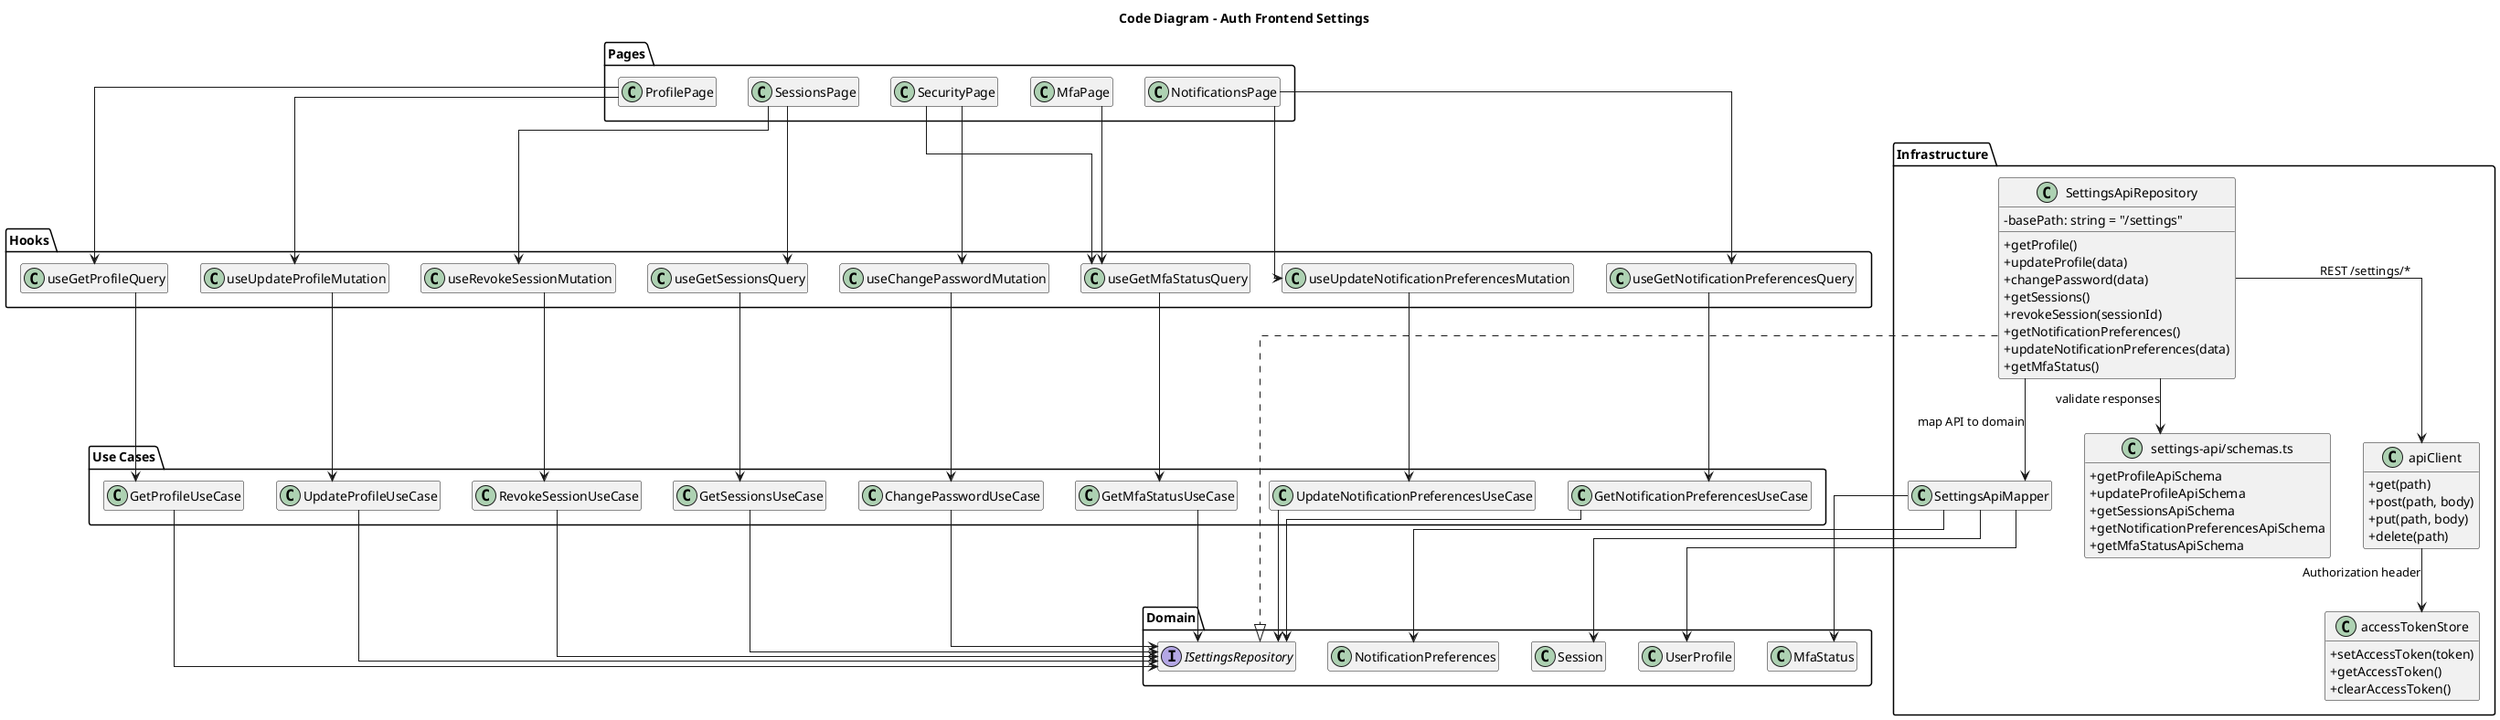
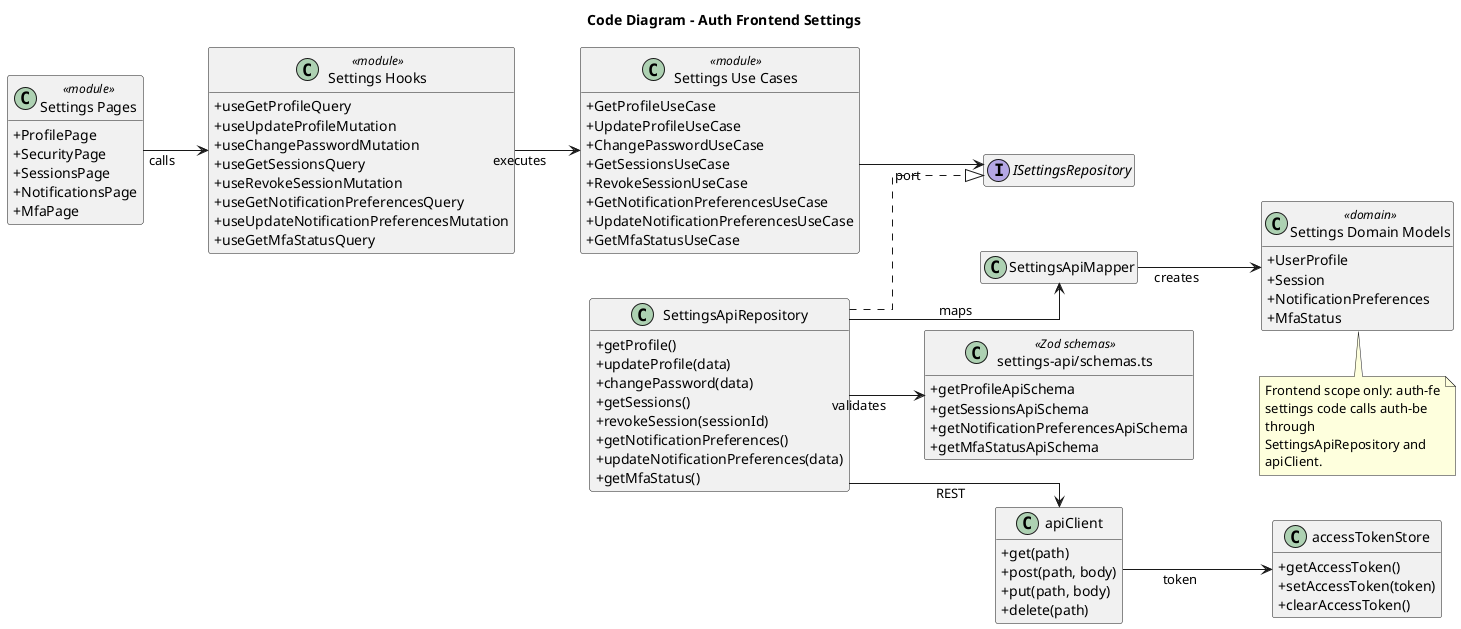
@startuml
title Code Diagram - Auth Frontend Settings
- top to bottom direction
+ left to right direction
skinparam classAttributeIconSize 0
skinparam linetype ortho
+ skinparam nodesep 45
+ skinparam ranksep 65
+ skinparam wrapWidth 190
hide empty members

- package "Pages" {
-   class ProfilePage
-   class SecurityPage
-   class SessionsPage
-   class NotificationsPage
-   class MfaPage
+ class "Settings Pages" as SettingsPages <<module>> {
+   +ProfilePage
+   +SecurityPage
+   +SessionsPage
+   +NotificationsPage
+   +MfaPage
}

- package "Hooks" {
-   class useGetProfileQuery
-   class useUpdateProfileMutation
-   class useChangePasswordMutation
-   class useGetSessionsQuery
-   class useRevokeSessionMutation
-   class useGetNotificationPreferencesQuery
-   class useUpdateNotificationPreferencesMutation
-   class useGetMfaStatusQuery
+ class "Settings Hooks" as SettingsHooks <<module>> {
+   +useGetProfileQuery
+   +useUpdateProfileMutation
+   +useChangePasswordMutation
+   +useGetSessionsQuery
+   +useRevokeSessionMutation
+   +useGetNotificationPreferencesQuery
+   +useUpdateNotificationPreferencesMutation
+   +useGetMfaStatusQuery
}

- package "Use Cases" {
-   class GetProfileUseCase
-   class UpdateProfileUseCase
-   class ChangePasswordUseCase
-   class GetSessionsUseCase
-   class RevokeSessionUseCase
-   class GetNotificationPreferencesUseCase
-   class UpdateNotificationPreferencesUseCase
-   class GetMfaStatusUseCase
+ class "Settings Use Cases" as SettingsUseCases <<module>> {
+   +GetProfileUseCase
+   +UpdateProfileUseCase
+   +ChangePasswordUseCase
+   +GetSessionsUseCase
+   +RevokeSessionUseCase
+   +GetNotificationPreferencesUseCase
+   +UpdateNotificationPreferencesUseCase
+   +GetMfaStatusUseCase
}

- package "Domain" {
-   interface ISettingsRepository
-   class UserProfile
-   class Session
-   class NotificationPreferences
-   class MfaStatus
+ interface ISettingsRepository
+ 
+ class SettingsApiRepository {
+   +getProfile()
+   +updateProfile(data)
+   +changePassword(data)
+   +getSessions()
+   +revokeSession(sessionId)
+   +getNotificationPreferences()
+   +updateNotificationPreferences(data)
+   +getMfaStatus()
}

- package "Infrastructure" {
-   class SettingsApiRepository {
-     -basePath: string = "/settings"
-     +getProfile()
-     +updateProfile(data)
-     +changePassword(data)
-     +getSessions()
-     +revokeSession(sessionId)
-     +getNotificationPreferences()
-     +updateNotificationPreferences(data)
-     +getMfaStatus()
-   }
-   class SettingsApiMapper
-   class "settings-api/schemas.ts" as ZodSchemas {
-     +getProfileApiSchema
-     +updateProfileApiSchema
-     +getSessionsApiSchema
-     +getNotificationPreferencesApiSchema
-     +getMfaStatusApiSchema
-   }
-   class apiClient {
-     +get(path)
-     +post(path, body)
-     +put(path, body)
-     +delete(path)
-   }
-   class accessTokenStore {
-     +setAccessToken(token)
-     +getAccessToken()
-     +clearAccessToken()
-   }
+ class SettingsApiMapper
+ 
+ class "settings-api/schemas.ts" as ZodSchemas <<Zod schemas>> {
+   +getProfileApiSchema
+   +getSessionsApiSchema
+   +getNotificationPreferencesApiSchema
+   +getMfaStatusApiSchema
}

- ProfilePage --> useGetProfileQuery
- ProfilePage --> useUpdateProfileMutation
- SecurityPage --> useChangePasswordMutation
- SecurityPage --> useGetMfaStatusQuery
- SessionsPage --> useGetSessionsQuery
- SessionsPage --> useRevokeSessionMutation
- NotificationsPage --> useGetNotificationPreferencesQuery
- NotificationsPage --> useUpdateNotificationPreferencesMutation
- MfaPage --> useGetMfaStatusQuery
+ class apiClient {
+   +get(path)
+   +post(path, body)
+   +put(path, body)
+   +delete(path)
+ }

- useGetProfileQuery --> GetProfileUseCase
- useUpdateProfileMutation --> UpdateProfileUseCase
- useChangePasswordMutation --> ChangePasswordUseCase
- useGetSessionsQuery --> GetSessionsUseCase
- useRevokeSessionMutation --> RevokeSessionUseCase
- useGetNotificationPreferencesQuery --> GetNotificationPreferencesUseCase
- useUpdateNotificationPreferencesMutation --> UpdateNotificationPreferencesUseCase
- useGetMfaStatusQuery --> GetMfaStatusUseCase
+ class accessTokenStore {
+   +getAccessToken()
+   +setAccessToken(token)
+   +clearAccessToken()
+ }

- GetProfileUseCase --> ISettingsRepository
- UpdateProfileUseCase --> ISettingsRepository
- ChangePasswordUseCase --> ISettingsRepository
- GetSessionsUseCase --> ISettingsRepository
- RevokeSessionUseCase --> ISettingsRepository
- GetNotificationPreferencesUseCase --> ISettingsRepository
- UpdateNotificationPreferencesUseCase --> ISettingsRepository
- GetMfaStatusUseCase --> ISettingsRepository
+ class "Settings Domain Models" as DomainModels <<domain>> {
+   +UserProfile
+   +Session
+   +NotificationPreferences
+   +MfaStatus
+ }

+ SettingsPages --> SettingsHooks : calls
+ SettingsHooks --> SettingsUseCases : executes
+ SettingsUseCases --> ISettingsRepository : port
SettingsApiRepository ..|> ISettingsRepository
- SettingsApiRepository --> apiClient : REST /settings/*
- SettingsApiRepository --> SettingsApiMapper : map API to domain
- SettingsApiRepository --> ZodSchemas : validate responses
- apiClient --> accessTokenStore : Authorization header
+ SettingsApiRepository --> apiClient : REST
+ SettingsApiRepository --> SettingsApiMapper : maps
+ SettingsApiRepository --> ZodSchemas : validates
+ SettingsApiMapper --> DomainModels : creates
+ apiClient --> accessTokenStore : token

- SettingsApiMapper --> UserProfile
- SettingsApiMapper --> Session
- SettingsApiMapper --> NotificationPreferences
- SettingsApiMapper --> MfaStatus
+ note bottom
+ Frontend scope only: auth-fe settings code calls auth-be through
+ SettingsApiRepository and apiClient.
+ end note
@enduml
- 
